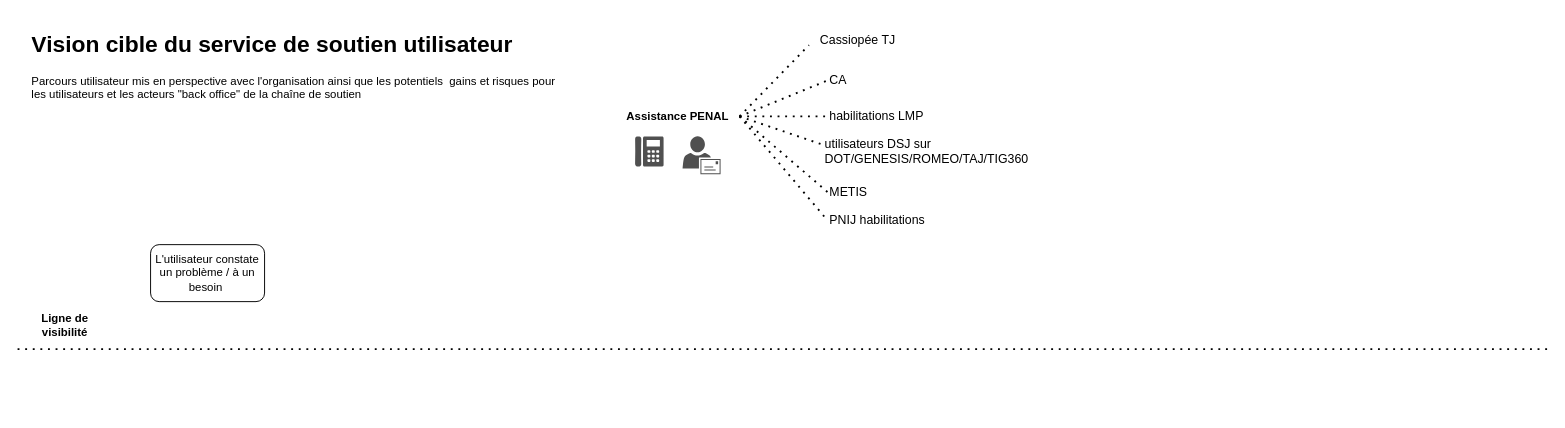
Earlier version of the draw.io diagram page "Service Blueprint" (2 of 2) of Blue Print Chaine de Soutien.drawio (FGUGLIOTTA/MJ_ChaineSoutien). Source tidied: cells renumbered, new cells numbered last; positions are measured from the earlier drawing's top-left corner, leaving out a move shared by most shapes. Both pictures are drawn from the tidied source at 95%, with x=0, y=0 at pixel (17, 26).
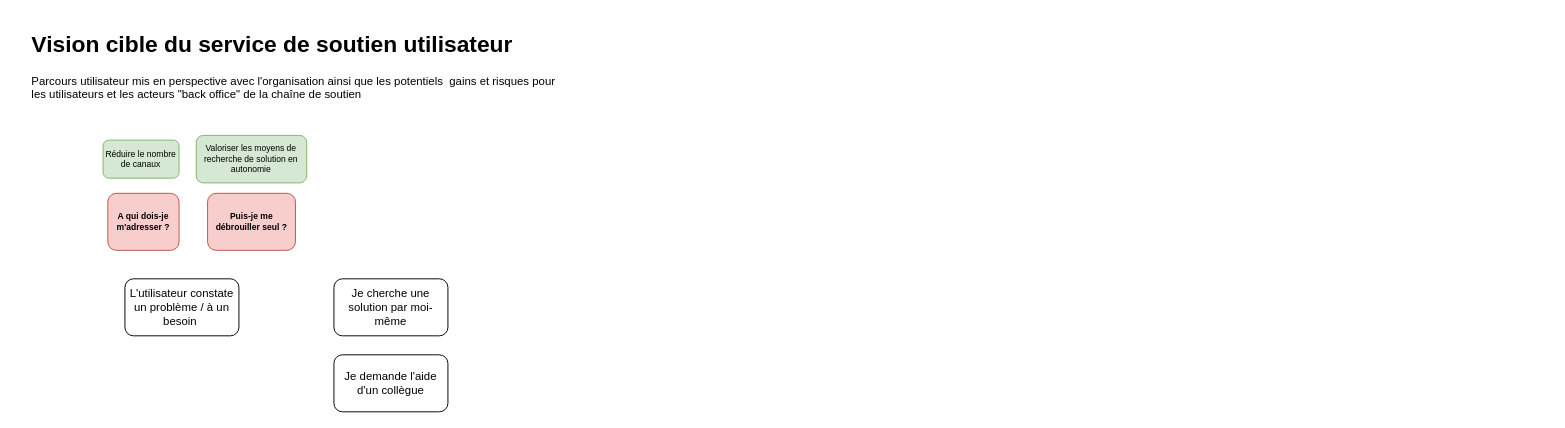
Above is the later version.

What changed in the source:
```diff
@@
     <mxCell id="3" value="L'utilisateur constate un problème / à un besoin&amp;nbsp;" style="rounded=1;whiteSpace=wrap;html=1;" parent="1" vertex="1">
-      <mxGeometry x="140" y="230" width="120" height="60" as="geometry" />
+      <mxGeometry x="113" y="266" width="120" height="60" as="geometry" />
     </mxCell>
-    <mxCell id="4" style="endArrow=none;dashed=1;html=1;dashPattern=1 3;strokeWidth=2;rounded=0;" parent="1" edge="1">
-      <mxGeometry relative="1" as="geometry">
-        <mxPoint y="340" as="sourcePoint" />
-        <mxPoint x="1610" y="340" as="targetPoint" />
-      </mxGeometry>
-    </mxCell>
-    <mxCell id="5" value="Ligne de visibilité" style="text;html=1;strokeColor=none;fillColor=none;align=center;verticalAlign=middle;whiteSpace=wrap;rounded=0;fontStyle=1;" parent="1" vertex="1">
-      <mxGeometry x="20" y="300" width="60" height="30" as="geometry" />
-    </mxCell>
-    <mxCell id="6" style="sketch=0;shadow=0;dashed=0;html=1;strokeColor=none;fillColor=#505050;labelPosition=center;verticalLabelPosition=bottom;verticalAlign=top;align=center;shape=mxgraph.office.devices.phone_digital;" parent="1" vertex="1">
-      <mxGeometry x="650" y="116" width="30" height="32" as="geometry" />
-    </mxCell>
-    <mxCell id="7" style="sketch=0;shadow=0;dashed=0;html=1;strokeColor=none;fillColor=#505050;labelPosition=center;verticalLabelPosition=bottom;verticalAlign=top;align=center;shape=mxgraph.office.users.mail_user;" parent="1" vertex="1">
-      <mxGeometry x="700" y="116" width="40" height="40" as="geometry" />
-    </mxCell>
-    <mxCell id="8" value="Assistance PENAL" style="text;html=1;strokeColor=none;fillColor=none;align=center;verticalAlign=middle;whiteSpace=wrap;rounded=0;fontStyle=1;" parent="1" vertex="1">
-      <mxGeometry x="630" y="80" width="130" height="30" as="geometry" />
-    </mxCell>
-    <mxCell id="9" value="&lt;span style=&quot;color: rgb(0, 0, 0); font-family: arial, helvetica, sans-serif; font-size: 13px; font-style: normal; font-weight: 400; letter-spacing: normal; text-align: justify; text-indent: 0px; text-transform: none; word-spacing: 0px; background-color: rgb(255, 255, 255); display: inline; float: none;&quot;&gt;Cassiopée TJ&lt;/span&gt;" style="text;whiteSpace=wrap;html=1;" parent="1" vertex="1">
-      <mxGeometry x="843" width="100" height="30" as="geometry" />
-    </mxCell>
-    <mxCell id="10" value="&lt;span style=&quot;color: rgb(0, 0, 0); font-family: arial, helvetica, sans-serif; font-size: 13px; font-style: normal; font-weight: 400; letter-spacing: normal; text-align: justify; text-indent: 0px; text-transform: none; word-spacing: 0px; background-color: rgb(255, 255, 255); display: inline; float: none;&quot;&gt;CA&lt;/span&gt;" style="text;whiteSpace=wrap;html=1;" parent="1" vertex="1">
-      <mxGeometry x="853" y="42" width="40" height="30" as="geometry" />
-    </mxCell>
-    <mxCell id="11" style="endArrow=none;dashed=1;html=1;dashPattern=1 3;strokeWidth=2;rounded=0;exitX=1;exitY=0.5;exitDx=0;exitDy=0;" parent="1" edge="1" source="8">
-      <mxGeometry relative="1" as="geometry">
-        <mxPoint x="833" y="20" as="targetPoint" />
-      </mxGeometry>
-    </mxCell>
-    <mxCell id="12" style="endArrow=none;dashed=1;html=1;dashPattern=1 3;strokeWidth=2;rounded=0;exitX=1;exitY=0.5;exitDx=0;exitDy=0;entryX=0;entryY=0.5;entryDx=0;entryDy=0;" parent="1" edge="1" source="8" target="10">
-      <mxGeometry relative="1" as="geometry" />
-    </mxCell>
-    <mxCell id="13" value="&lt;span style=&quot;color: rgb(0, 0, 0); font-family: arial, helvetica, sans-serif; font-size: 13px; font-style: normal; font-weight: 400; letter-spacing: normal; text-align: justify; text-indent: 0px; text-transform: none; word-spacing: 0px; background-color: rgb(255, 255, 255); display: inline; float: none;&quot;&gt;habilitations LMP&lt;/span&gt;" style="text;whiteSpace=wrap;html=1;" parent="1" vertex="1">
-      <mxGeometry x="853" y="80" width="120" height="30" as="geometry" />
-    </mxCell>
-    <mxCell id="14" value="&lt;span style=&quot;color: rgb(0, 0, 0); font-family: arial, helvetica, sans-serif; font-size: 13px; font-style: normal; font-weight: 400; letter-spacing: normal; text-align: justify; text-indent: 0px; text-transform: none; word-spacing: 0px; background-color: rgb(255, 255, 255); display: inline; float: none;&quot;&gt;METIS&lt;/span&gt;" style="text;whiteSpace=wrap;html=1;" parent="1" vertex="1">
-      <mxGeometry x="853" y="160" width="70" height="30" as="geometry" />
-    </mxCell>
-    <mxCell id="15" value="&lt;span style=&quot;color: rgb(0, 0, 0); font-family: arial, helvetica, sans-serif; font-size: 13px; font-style: normal; font-weight: 400; letter-spacing: normal; text-indent: 0px; text-transform: none; word-spacing: 0px; background-color: rgb(255, 255, 255); display: inline; float: none;&quot;&gt;utilisateurs DSJ sur DOT/GENESIS/ROMEO/TAJ/TIG360&lt;/span&gt;" style="text;whiteSpace=wrap;html=1;align=left;" parent="1" vertex="1">
-      <mxGeometry x="848" y="110" width="200" height="30" as="geometry" />
-    </mxCell>
-    <mxCell id="16" value="&lt;span style=&quot;color: rgb(0, 0, 0); font-family: arial, helvetica, sans-serif; font-size: 13px; font-style: normal; font-weight: 400; letter-spacing: normal; text-align: justify; text-indent: 0px; text-transform: none; word-spacing: 0px; background-color: rgb(255, 255, 255); display: inline; float: none;&quot;&gt;PNIJ habilitations&lt;/span&gt;" style="text;whiteSpace=wrap;html=1;" parent="1" vertex="1">
-      <mxGeometry x="853" y="190" width="130" height="30" as="geometry" />
-    </mxCell>
-    <mxCell id="17" style="endArrow=none;dashed=1;html=1;dashPattern=1 3;strokeWidth=2;rounded=0;entryX=0;entryY=0.5;entryDx=0;entryDy=0;exitX=1;exitY=0.5;exitDx=0;exitDy=0;" parent="1" edge="1" source="8" target="13">
-      <mxGeometry relative="1" as="geometry" />
-    </mxCell>
-    <mxCell id="18" style="endArrow=none;dashed=1;html=1;dashPattern=1 3;strokeWidth=2;rounded=0;entryX=0;entryY=0.5;entryDx=0;entryDy=0;exitX=1;exitY=0.5;exitDx=0;exitDy=0;" parent="1" edge="1" source="8" target="15">
-      <mxGeometry relative="1" as="geometry" />
-    </mxCell>
-    <mxCell id="19" style="endArrow=none;dashed=1;html=1;dashPattern=1 3;strokeWidth=2;rounded=0;entryX=0;entryY=0.5;entryDx=0;entryDy=0;exitX=1;exitY=0.5;exitDx=0;exitDy=0;" parent="1" edge="1" source="8" target="14">
-      <mxGeometry relative="1" as="geometry" />
-    </mxCell>
-    <mxCell id="20" style="endArrow=none;dashed=1;html=1;dashPattern=1 3;strokeWidth=2;rounded=0;entryX=0;entryY=0.5;entryDx=0;entryDy=0;exitX=1;exitY=0.5;exitDx=0;exitDy=0;" parent="1" edge="1" source="8" target="16">
-      <mxGeometry relative="1" as="geometry" />
-    </mxCell>
+    <mxCell id="21" value="A qui dois-je m'adresser ?" style="rounded=1;whiteSpace=wrap;html=1;labelBackgroundColor=none;labelBorderColor=none;fillColor=#f8cecc;strokeColor=#b85450;fontSize=9;fontStyle=1;" parent="1" vertex="1">
+      <mxGeometry x="95" y="176" width="75" height="60" as="geometry" />
+    </mxCell>
+    <mxCell id="22" value="Je cherche une solution par moi-même" style="rounded=1;whiteSpace=wrap;html=1;" parent="1" vertex="1">
+      <mxGeometry x="333" y="266" width="120" height="60" as="geometry" />
+    </mxCell>
+    <mxCell id="23" value="Puis-je me débrouiller seul ?" style="rounded=1;whiteSpace=wrap;html=1;labelBackgroundColor=none;labelBorderColor=none;fillColor=#f8cecc;strokeColor=#b85450;fontSize=9;fontStyle=1;" parent="1" vertex="1">
+      <mxGeometry x="200" y="176" width="92.5" height="60" as="geometry" />
+    </mxCell>
+    <mxCell id="24" value="Je demande l'aide d'un collègue" style="rounded=1;whiteSpace=wrap;html=1;" parent="1" vertex="1">
+      <mxGeometry x="333" y="346" width="120" height="60" as="geometry" />
+    </mxCell>
+    <mxCell id="25" value="Réduire le nombre de canaux" style="rounded=1;whiteSpace=wrap;html=1;labelBackgroundColor=none;labelBorderColor=none;fontSize=9;fillColor=#d5e8d4;strokeColor=#82b366;" parent="1" vertex="1">
+      <mxGeometry x="90" y="120" width="80" height="40" as="geometry" />
+    </mxCell>
+    <mxCell id="26" value="Valoriser les moyens de recherche de solution en autonomie" style="rounded=1;whiteSpace=wrap;html=1;labelBackgroundColor=none;labelBorderColor=none;fontSize=9;fillColor=#d5e8d4;strokeColor=#82b366;" parent="1" vertex="1">
+      <mxGeometry x="188.1" y="115" width="116.2" height="50" as="geometry" />
+    </mxCell>
```
